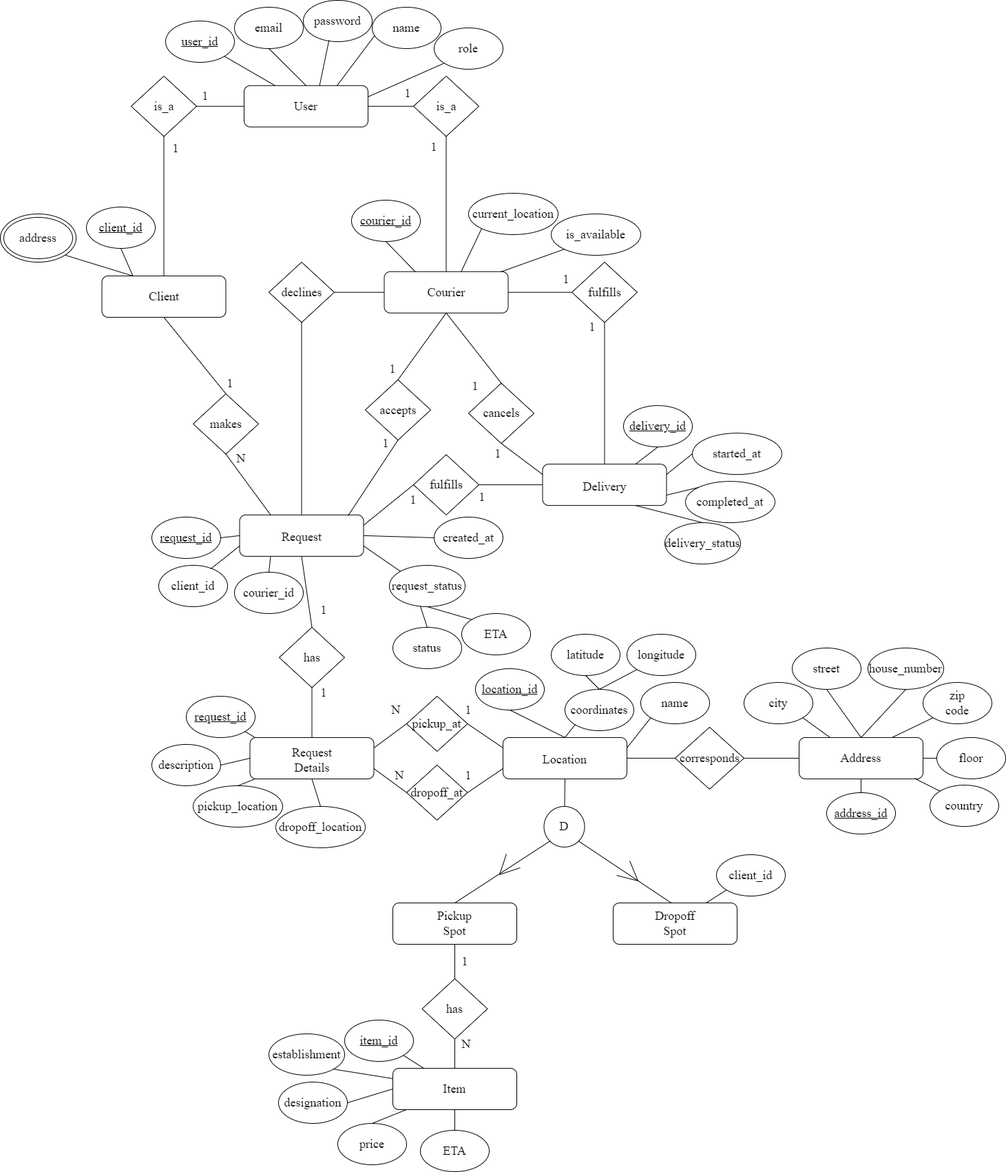
The draw.io diagram docs/Relatorio/Latex/images/LiftDropEA.png in JohnnyR2003/LiftDrop, before a commit. Source tidied: cells renumbered, new cells last; positions are measured from the earlier drawing's top-left corner, leaving out a move shared by most shapes.
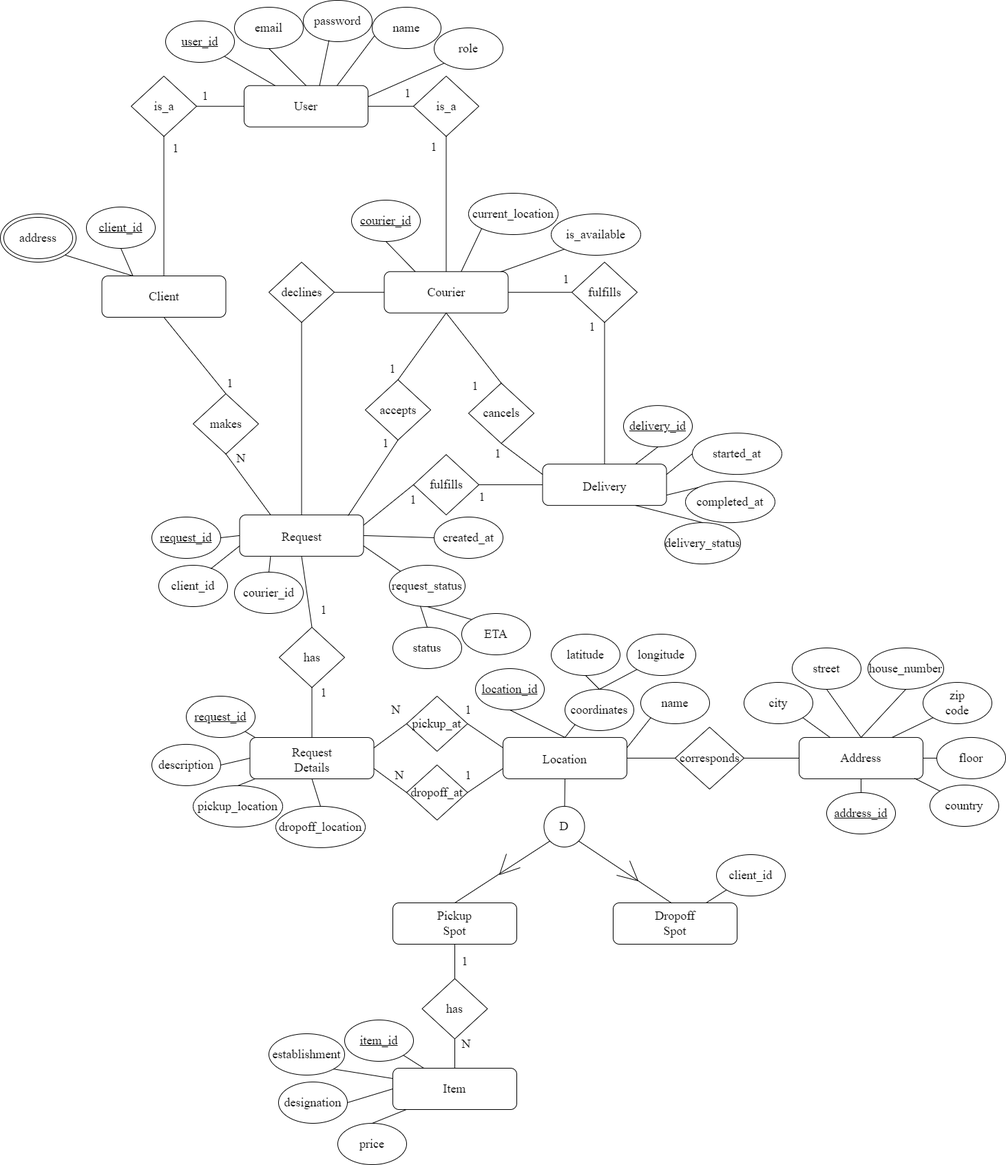
The same diagram one commit later.

The edit, as a diff of the source:
```diff
@@ -911,17 +911,5 @@
     <mxCell id="298" style="endArrow=none;html=1;rounded=0;exitX=0.25;exitY=0;exitDx=0;exitDy=0;entryX=0.5;entryY=1;entryDx=0;entryDy=0;" parent="1" edge="1" source="6" target="296">
       <mxGeometry relative="1" as="geometry" />
     </mxCell>
-    <mxCell id="299" style="group;" parent="1" vertex="1">
-      <mxGeometry x="610" y="1640" width="100" height="60" as="geometry" />
-    </mxCell>
-    <mxCell id="300" style="ellipse;whiteSpace=wrap;html=1;fontFamily=Times New Roman;fontSize=18;" parent="299" vertex="1">
-      <mxGeometry width="100" height="60" as="geometry" />
-    </mxCell>
-    <mxCell id="301" value="ETA" style="text;html=1;strokeColor=none;fillColor=none;align=center;verticalAlign=middle;whiteSpace=wrap;rounded=0;fontFamily=Times New Roman;fontSize=18;" parent="299" vertex="1">
-      <mxGeometry x="20" y="15" width="60" height="30" as="geometry" />
-    </mxCell>
-    <mxCell id="302" style="endArrow=none;html=1;rounded=0;exitX=0.5;exitY=0;exitDx=0;exitDy=0;entryX=0.5;entryY=1;entryDx=0;entryDy=0;" parent="1" edge="1" source="300" target="190">
-      <mxGeometry relative="1" as="geometry" />
-    </mxCell>
   </root>
 </mxGraphModel>
```
